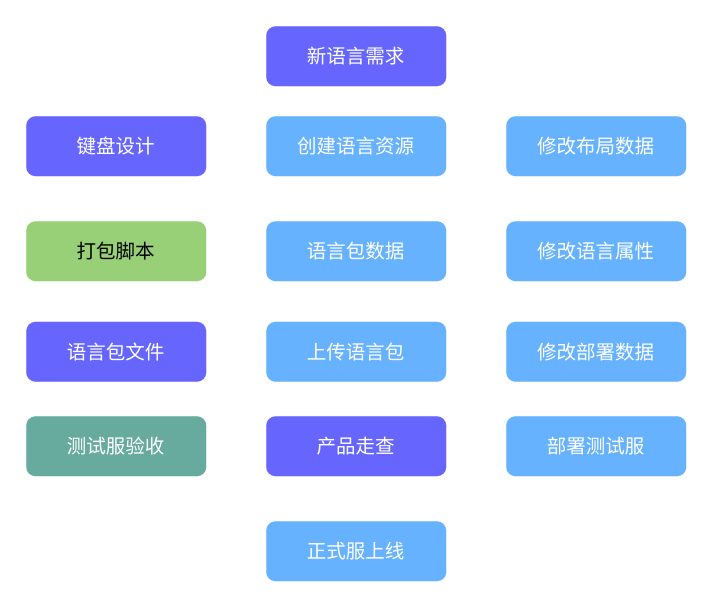
chonglv/charts keeps this draw.io diagram as layout-editor/布局编辑器旧流程.drawio. Above is the earlier version. Source tidied: cells renumbered, new cells numbered last; positions are measured from the earlier drawing's top-left corner, leaving out a move shared by most shapes. Both pictures are drawn from the tidied source at 150%, with x=0, y=0 at pixel (26, 26).
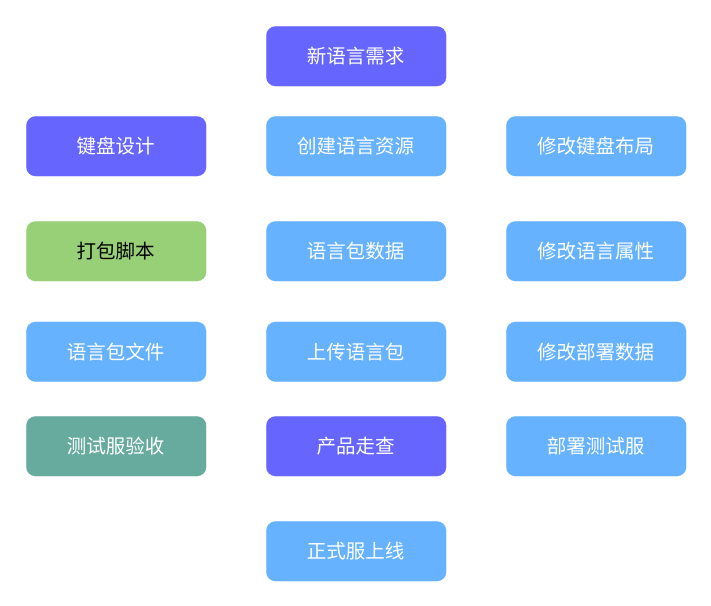
The same page after the edit.

Commit message (it also covers changes not shown here):
Update 布局编辑器旧流程.drawio

What changed in the source:
```diff
@@
 <mxGraphModel>
   <root>
     <mxCell id="0" />
     <mxCell id="1" parent="0" />
     <mxCell id="2" value="&lt;span style=&quot;font-size: 13px;&quot;&gt;新语言需求&lt;/span&gt;" style="rounded=1;whiteSpace=wrap;html=1;strokeColor=none;fontSize=13;fontColor=#FFFFFF;fillColor=#6666FF;" parent="1" vertex="1">
       <mxGeometry x="160" width="120" height="40" as="geometry" />
     </mxCell>
     <mxCell id="3" value="键盘设计" style="rounded=1;whiteSpace=wrap;html=1;fillColor=#6666FF;fontColor=#FFFFFF;strokeColor=none;fontSize=13;" parent="1" vertex="1">
       <mxGeometry y="60" width="120" height="40" as="geometry" />
     </mxCell>
     <mxCell id="4" value="修改语言属性" style="rounded=1;whiteSpace=wrap;html=1;strokeColor=none;fontSize=13;fillColor=#66B2FF;fontColor=#FFFFFF;" parent="1" vertex="1">
       <mxGeometry x="320" y="130" width="120" height="40" as="geometry" />
     </mxCell>
     <mxCell id="5" value="打包脚本" style="rounded=1;whiteSpace=wrap;html=1;fillColor=#97D077;strokeColor=none;fontSize=13;" parent="1" vertex="1">
       <mxGeometry y="130" width="120" height="40" as="geometry" />
     </mxCell>
     <mxCell id="6" value="产品走查" style="rounded=1;whiteSpace=wrap;html=1;strokeColor=none;fontSize=13;fillColor=#6666FF;fontColor=#FFFFFF;" parent="1" vertex="1">
       <mxGeometry x="160" y="260" width="120" height="40" as="geometry" />
     </mxCell>
-    <mxCell id="7" value="修改布局数据" style="rounded=1;whiteSpace=wrap;html=1;strokeColor=none;fontColor=#FFFFFF;fontSize=13;fillColor=#66B2FF;" parent="1" vertex="1">
+    <mxCell id="7" value="修改键盘布局" style="rounded=1;whiteSpace=wrap;html=1;strokeColor=none;fontColor=#FFFFFF;fontSize=13;fillColor=#66B2FF;" parent="1" vertex="1">
       <mxGeometry x="320" y="60" width="120" height="40" as="geometry" />
     </mxCell>
-    <mxCell id="8" value="语言包文件" style="rounded=1;whiteSpace=wrap;html=1;fillColor=#6666FF;strokeColor=none;fontColor=#FFFFFF;fontSize=13;" parent="1" vertex="1">
+    <mxCell id="8" value="语言包文件" style="rounded=1;whiteSpace=wrap;html=1;strokeColor=none;fontColor=#FFFFFF;fontSize=13;fillColor=#66B2FF;" parent="1" vertex="1">
       <mxGeometry y="197" width="120" height="40" as="geometry" />
     </mxCell>
     <mxCell id="9" value="上传语言包" style="rounded=1;whiteSpace=wrap;html=1;strokeColor=none;fontSize=13;fillColor=#66B2FF;fontColor=#FFFFFF;" parent="1" vertex="1">
       <mxGeometry x="160" y="197" width="120" height="40" as="geometry" />
     </mxCell>
     <mxCell id="10" value="语言包数据" style="rounded=1;whiteSpace=wrap;html=1;fontColor=#FFFFFF;strokeColor=none;fontSize=13;fillColor=#66B2FF;" parent="1" vertex="1">
       <mxGeometry x="160" y="130" width="120" height="40" as="geometry" />
     </mxCell>
     <mxCell id="11" value="测试服验收" style="rounded=1;whiteSpace=wrap;html=1;strokeColor=none;fontColor=#FFFFFF;fontSize=13;fillColor=#67AB9F;" parent="1" vertex="1">
       <mxGeometry y="260" width="120" height="40" as="geometry" />
     </mxCell>
     <mxCell id="12" value="正式服上线" style="rounded=1;whiteSpace=wrap;html=1;strokeColor=none;fontColor=#FFFFFF;fontSize=13;fillColor=#66B2FF;" parent="1" vertex="1">
       <mxGeometry x="160" y="330" width="120" height="40" as="geometry" />
     </mxCell>
     <mxCell id="13" value="创建语言资源" style="rounded=1;whiteSpace=wrap;html=1;fontSize=13;strokeColor=none;fillColor=#66B2FF;fontColor=#FFFFFF;" parent="1" vertex="1">
       <mxGeometry x="160" y="60" width="120" height="40" as="geometry" />
     </mxCell>
     <mxCell id="14" value="修改部署数据" style="rounded=1;whiteSpace=wrap;html=1;strokeColor=none;fontSize=13;fillColor=#66B2FF;fontColor=#FFFFFF;" parent="1" vertex="1">
       <mxGeometry x="320" y="197" width="120" height="40" as="geometry" />
     </mxCell>
     <mxCell id="15" value="部署测试服" style="rounded=1;whiteSpace=wrap;html=1;strokeColor=none;fontColor=#FFFFFF;fontSize=13;fillColor=#66B2FF;" parent="1" vertex="1">
       <mxGeometry x="320" y="260" width="120" height="40" as="geometry" />
     </mxCell>
   </root>
 </mxGraphModel>
```
